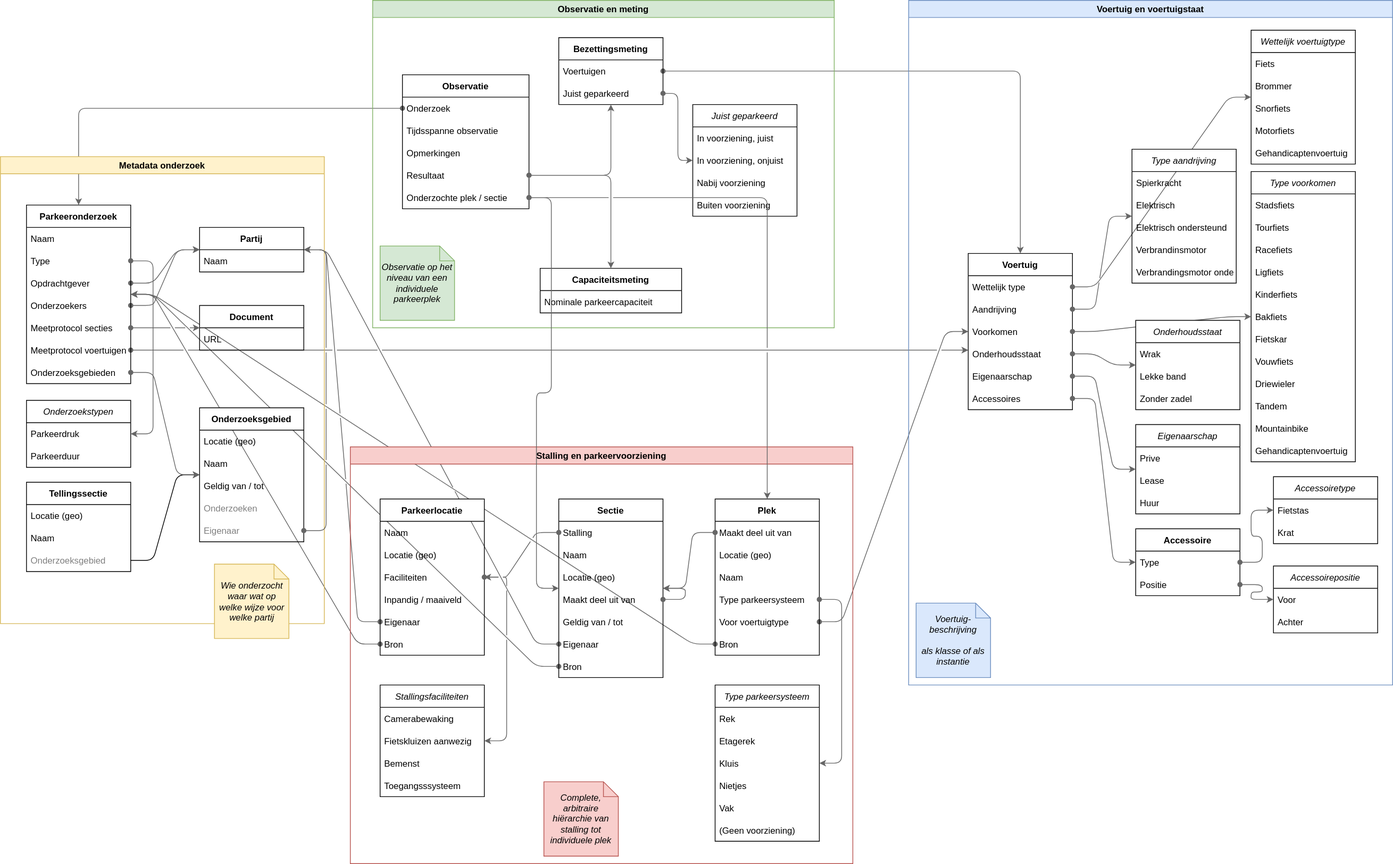
Above: docs/cm/assets/conceptueel-model.drawio.svg in Stichting-CROW/datastandaard-fietsparkeren (draw.io), before the change. Source tidied: cells renumbered, new cells last; positions are measured from the earlier drawing's top-left corner, leaving out a move shared by most shapes.
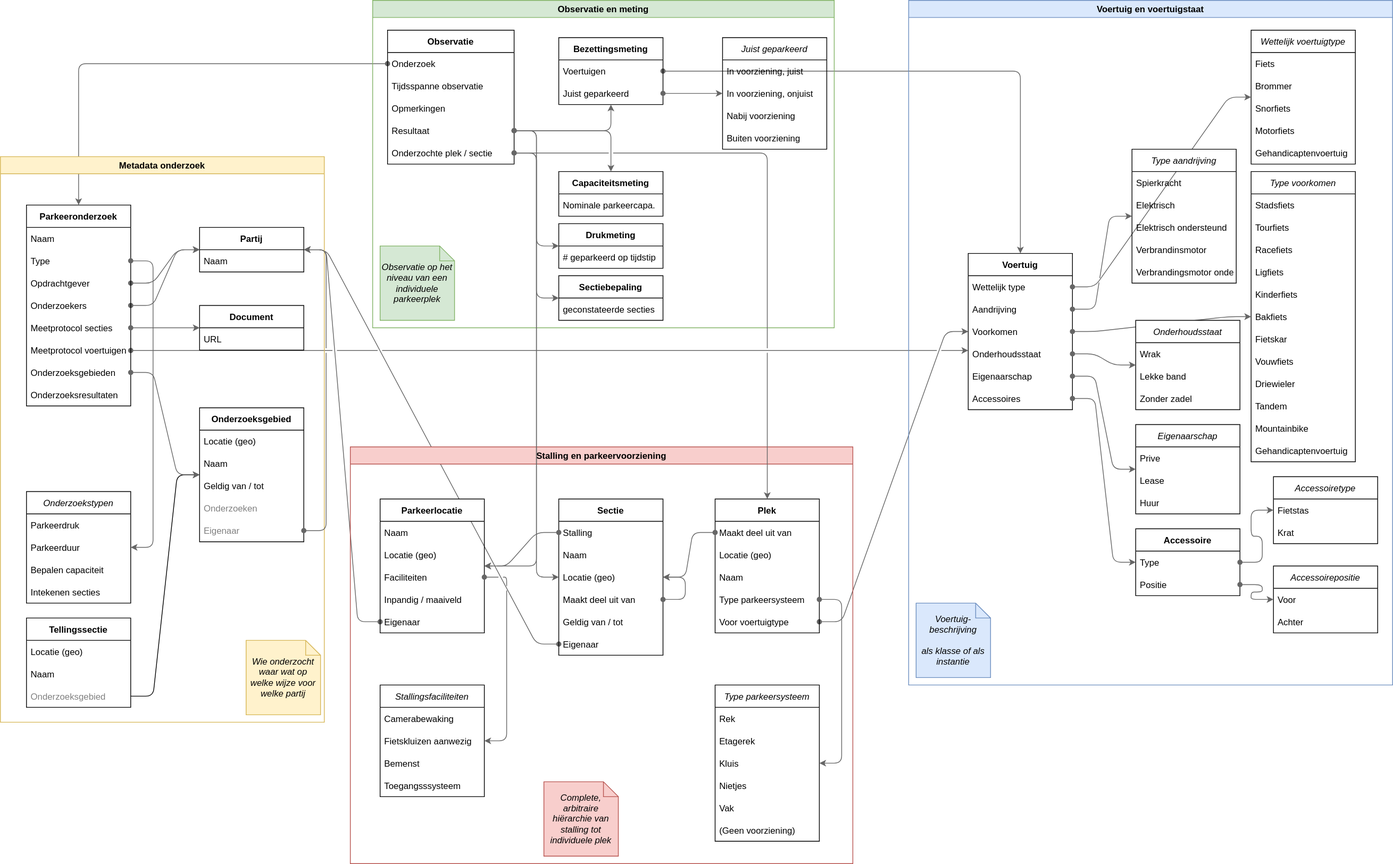
After the change.

Diff of the diagram source:
```diff
@@ -2,15 +2,6 @@
   <root>
     <mxCell id="0" />
     <mxCell id="1" parent="0" />
-    <mxCell id="2" style="edgeStyle=entityRelationEdgeStyle;html=1;strokeColor=#666666;fontColor=#000000;startArrow=oval;startFill=1;endFill=1;" parent="1" edge="1" source="27" target="129">
-      <mxGeometry relative="1" as="geometry" />
-    </mxCell>
-    <mxCell id="3" style="edgeStyle=entityRelationEdgeStyle;html=1;strokeColor=#666666;fontColor=#000000;startArrow=oval;startFill=1;endFill=1;" parent="1" edge="1" source="20" target="129">
-      <mxGeometry relative="1" as="geometry" />
-    </mxCell>
-    <mxCell id="4" style="edgeStyle=entityRelationEdgeStyle;html=1;strokeColor=#666666;fontColor=#000000;startArrow=oval;startFill=1;endFill=1;" parent="1" edge="1" source="41" target="129">
-      <mxGeometry relative="1" as="geometry" />
-    </mxCell>
     <mxCell id="5" style="edgeStyle=entityRelationEdgeStyle;rounded=1;html=1;fontColor=#808080;startArrow=oval;startFill=1;endArrow=classic;endFill=1;jumpStyle=gap;strokeColor=#666666;" parent="1" edge="1" source="26" target="125">
       <mxGeometry relative="1" as="geometry" />
     </mxCell>
@@ -33,7 +24,7 @@
       <mxGeometry x="470" y="600" width="675" height="560" as="geometry" />
     </mxCell>
     <mxCell id="12" value="Sectie" style="swimlane;fontStyle=1;horizontal=1;startSize=30;" parent="11" vertex="1">
-      <mxGeometry x="280" y="70" width="140" height="240" as="geometry" />
+      <mxGeometry x="280" y="70" width="140" height="210" as="geometry" />
     </mxCell>
     <mxCell id="13" value="Stalling" style="text;strokeColor=none;fillColor=none;align=left;verticalAlign=middle;spacingLeft=4;spacingRight=4;overflow=hidden;points=[[0,0.5],[1,0.5]];portConstraint=eastwest;" parent="12" vertex="1">
       <mxGeometry y="30" width="140" height="30" as="geometry" />
@@ -56,11 +47,8 @@
     <mxCell id="19" value="Eigenaar" style="text;strokeColor=none;fillColor=none;align=left;verticalAlign=middle;spacingLeft=4;spacingRight=4;overflow=hidden;points=[[0,0.5],[1,0.5]];portConstraint=eastwest;" parent="12" vertex="1">
       <mxGeometry y="180" width="140" height="30" as="geometry" />
     </mxCell>
-    <mxCell id="20" value="Bron" style="text;strokeColor=none;fillColor=none;align=left;verticalAlign=middle;spacingLeft=4;spacingRight=4;overflow=hidden;points=[[0,0.5],[1,0.5]];portConstraint=eastwest;" parent="12" vertex="1">
-      <mxGeometry y="210" width="140" height="30" as="geometry" />
-    </mxCell>
     <mxCell id="21" value="Parkeerlocatie" style="swimlane;fontStyle=1;horizontal=1;startSize=30;" parent="11" vertex="1">
-      <mxGeometry x="40" y="70" width="140" height="210" as="geometry" />
+      <mxGeometry x="40" y="70" width="140" height="180" as="geometry" />
     </mxCell>
     <mxCell id="22" value="Naam" style="text;strokeColor=none;fillColor=none;align=left;verticalAlign=middle;spacingLeft=4;spacingRight=4;overflow=hidden;" parent="21" vertex="1">
       <mxGeometry y="30" width="140" height="30" as="geometry" />
@@ -77,9 +65,6 @@
     <mxCell id="26" value="Eigenaar" style="text;strokeColor=none;fillColor=none;align=left;verticalAlign=middle;spacingLeft=4;spacingRight=4;overflow=hidden;points=[[0,0.5],[1,0.5]];portConstraint=eastwest;" parent="21" vertex="1">
       <mxGeometry y="150" width="140" height="30" as="geometry" />
     </mxCell>
-    <mxCell id="27" value="Bron" style="text;strokeColor=none;fillColor=none;align=left;verticalAlign=middle;spacingLeft=4;spacingRight=4;overflow=hidden;points=[[0,0.5],[1,0.5]];portConstraint=eastwest;" parent="21" vertex="1">
-      <mxGeometry y="180" width="140" height="30" as="geometry" />
-    </mxCell>
     <mxCell id="28" style="edgeStyle=entityRelationEdgeStyle;rounded=1;html=1;fontColor=#808080;startArrow=oval;startFill=1;endArrow=classic;endFill=1;jumpStyle=gap;strokeColor=#666666;" parent="11" edge="1" source="13" target="21">
       <mxGeometry relative="1" as="geometry" />
     </mxCell>
@@ -102,7 +87,7 @@
       <mxGeometry relative="1" as="geometry" />
     </mxCell>
     <mxCell id="35" value="Plek" style="swimlane;fontStyle=1;horizontal=1;startSize=30;" parent="11" vertex="1">
-      <mxGeometry x="490" y="70" width="140" height="210" as="geometry" />
+      <mxGeometry x="490" y="70" width="140" height="180" as="geometry" />
     </mxCell>
     <mxCell id="36" value="Maakt deel uit van" style="text;strokeColor=none;fillColor=none;align=left;verticalAlign=middle;spacingLeft=4;spacingRight=4;overflow=hidden;points=[[0,0.5],[1,0.5]];portConstraint=eastwest;" parent="35" vertex="1">
       <mxGeometry y="30" width="140" height="30" as="geometry" />
@@ -119,9 +104,6 @@
     <mxCell id="40" value="Voor voertuigtype" style="text;strokeColor=none;fillColor=none;align=left;verticalAlign=middle;spacingLeft=4;spacingRight=4;overflow=hidden;points=[[0,0.5],[1,0.5]];portConstraint=eastwest;" parent="35" vertex="1">
       <mxGeometry y="150" width="140" height="30" as="geometry" />
     </mxCell>
-    <mxCell id="41" value="Bron" style="text;strokeColor=none;fillColor=none;align=left;verticalAlign=middle;spacingLeft=4;spacingRight=4;overflow=hidden;points=[[0,0.5],[1,0.5]];portConstraint=eastwest;" parent="35" vertex="1">
-      <mxGeometry y="180" width="140" height="30" as="geometry" />
-    </mxCell>
     <mxCell id="42" style="edgeStyle=entityRelationEdgeStyle;rounded=1;html=1;fontColor=#000000;startArrow=oval;startFill=1;endArrow=classic;endFill=1;jumpStyle=gap;strokeColor=#666666;" parent="11" edge="1" source="36" target="12">
       <mxGeometry relative="1" as="geometry" />
     </mxCell>
@@ -309,10 +291,10 @@
       <mxGeometry x="500" width="620" height="440" as="geometry" />
     </mxCell>
     <mxCell id="104" value="Capaciteitsmeting" style="swimlane;fontStyle=1;horizontal=1;startSize=30;" parent="103" vertex="1">
-      <mxGeometry x="225" y="360" width="190" height="60" as="geometry" />
+      <mxGeometry x="250" y="230" width="140" height="60" as="geometry" />
     </mxCell>
-    <mxCell id="105" value="Nominale parkeercapaciteit" style="text;strokeColor=none;fillColor=none;align=left;verticalAlign=middle;spacingLeft=4;spacingRight=4;overflow=hidden;" parent="104" vertex="1">
-      <mxGeometry y="30" width="190" height="30" as="geometry" />
+    <mxCell id="105" value="Nominale parkeercapa." style="text;strokeColor=none;fillColor=none;align=left;verticalAlign=middle;spacingLeft=4;spacingRight=4;overflow=hidden;" parent="104" vertex="1">
+      <mxGeometry y="30" width="140" height="30" as="geometry" />
     </mxCell>
     <mxCell id="106" value="Bezettingsmeting" style="swimlane;fontStyle=1;horizontal=1;startSize=30;" parent="103" vertex="1">
       <mxGeometry x="250" y="50" width="140" height="90" as="geometry" />
@@ -324,7 +306,7 @@
       <mxGeometry y="60" width="140" height="30" as="geometry" />
     </mxCell>
     <mxCell id="109" value="Observatie" style="swimlane;fontStyle=1;horizontal=1;startSize=30;" parent="103" vertex="1">
-      <mxGeometry x="40" y="100" width="170" height="180" as="geometry" />
+      <mxGeometry x="20" y="40" width="170" height="180" as="geometry" />
     </mxCell>
     <mxCell id="110" value="Onderzoek" style="text;strokeColor=none;fillColor=none;align=left;verticalAlign=middle;spacingLeft=4;spacingRight=4;overflow=hidden;points=[[0,0.5],[1,0.5]];portConstraint=eastwest;" parent="109" vertex="1">
       <mxGeometry y="30" width="170" height="30" as="geometry" />
@@ -348,7 +330,7 @@
       <mxGeometry relative="1" as="geometry" />
     </mxCell>
     <mxCell id="117" value="Juist geparkeerd" style="swimlane;fontStyle=2;horizontal=1;startSize=30;" parent="103" vertex="1">
-      <mxGeometry x="430" y="140" width="140" height="150" as="geometry" />
+      <mxGeometry x="470" y="50" width="140" height="150" as="geometry" />
     </mxCell>
     <mxCell id="118" value="In voorziening, juist" style="text;strokeColor=none;fillColor=none;align=left;verticalAlign=middle;spacingLeft=4;spacingRight=4;overflow=hidden;" parent="117" vertex="1">
       <mxGeometry y="30" width="140" height="30" as="geometry" />
@@ -368,8 +350,26 @@
     <mxCell id="123" value="Observatie op het niveau van een individuele parkeerplek" style="shape=note;size=20;whiteSpace=wrap;html=1;fillColor=#d5e8d4;strokeColor=#82b366;fontStyle=2;" parent="103" vertex="1">
       <mxGeometry x="10" y="330" width="100" height="100" as="geometry" />
     </mxCell>
+    <mxCell id="168" value="Drukmeting" style="swimlane;fontStyle=1;horizontal=1;startSize=30;" parent="103" vertex="1">
+      <mxGeometry x="250" y="300" width="140" height="60" as="geometry" />
+    </mxCell>
+    <mxCell id="169" value="# geparkeerd op tijdstip" style="text;strokeColor=none;fillColor=none;align=left;verticalAlign=middle;spacingLeft=4;spacingRight=4;overflow=hidden;" parent="168" vertex="1">
+      <mxGeometry y="30" width="140" height="30" as="geometry" />
+    </mxCell>
+    <mxCell id="170" value="Sectiebepaling" style="swimlane;fontStyle=1;horizontal=1;startSize=30;" parent="103" vertex="1">
+      <mxGeometry x="250" y="370" width="140" height="60" as="geometry" />
+    </mxCell>
+    <mxCell id="171" value="geconstateerde secties" style="text;strokeColor=none;fillColor=none;align=left;verticalAlign=middle;spacingLeft=4;spacingRight=4;overflow=hidden;" parent="170" vertex="1">
+      <mxGeometry y="30" width="140" height="30" as="geometry" />
+    </mxCell>
+    <mxCell id="172" style="edgeStyle=entityRelationEdgeStyle;html=1;strokeColor=#666666;fontColor=#000000;startArrow=oval;startFill=1;endFill=1;" parent="103" edge="1" source="113" target="170">
+      <mxGeometry relative="1" as="geometry" />
+    </mxCell>
+    <mxCell id="173" style="edgeStyle=entityRelationEdgeStyle;html=1;strokeColor=#666666;fontColor=#000000;startArrow=oval;startFill=1;endFill=1;" parent="103" edge="1" source="113" target="168">
+      <mxGeometry relative="1" as="geometry" />
+    </mxCell>
     <mxCell id="124" value="Metadata onderzoek" style="swimlane;fillColor=#fff2cc;strokeColor=#d6b656;" parent="1" vertex="1">
-      <mxGeometry y="210" width="435" height="627.5" as="geometry" />
+      <mxGeometry y="210" width="435" height="760" as="geometry" />
     </mxCell>
     <mxCell id="125" value="Partij" style="swimlane;fontStyle=1;horizontal=1;startSize=30;" parent="124" vertex="1">
       <mxGeometry x="267.5" y="95" width="140" height="60" as="geometry" />
@@ -384,7 +384,7 @@
       <mxGeometry relative="1" as="geometry" />
     </mxCell>
     <mxCell id="129" value="Parkeeronderzoek" style="swimlane;fontStyle=1;horizontal=1;startSize=30;" parent="124" vertex="1">
-      <mxGeometry x="35" y="65" width="140" height="240" as="geometry" />
+      <mxGeometry x="35" y="65" width="140" height="270" as="geometry" />
     </mxCell>
     <mxCell id="130" value="Naam" style="text;strokeColor=none;fillColor=none;align=left;verticalAlign=middle;spacingLeft=4;spacingRight=4;overflow=hidden;" parent="129" vertex="1">
       <mxGeometry y="30" width="140" height="30" as="geometry" />
@@ -407,6 +407,9 @@
     <mxCell id="136" value="Onderzoeksgebieden" style="text;strokeColor=none;fillColor=none;align=left;verticalAlign=middle;spacingLeft=4;spacingRight=4;overflow=hidden;points=[[0,0.5],[1,0.5]];portConstraint=eastwest;" parent="129" vertex="1">
       <mxGeometry y="210" width="140" height="30" as="geometry" />
     </mxCell>
+    <mxCell id="174" value="Onderzoeksresultaten" style="text;strokeColor=none;fillColor=none;align=left;verticalAlign=middle;spacingLeft=4;spacingRight=4;overflow=hidden;" parent="129" vertex="1">
+      <mxGeometry y="240" width="140" height="30" as="geometry" />
+    </mxCell>
     <mxCell id="137" value="Onderzoeksgebied" style="swimlane;fontStyle=1;horizontal=1;startSize=30;" parent="124" vertex="1">
       <mxGeometry x="267.5" y="337.5" width="140" height="180" as="geometry" />
     </mxCell>
@@ -438,10 +441,10 @@
       <mxGeometry relative="1" as="geometry" />
     </mxCell>
     <mxCell id="147" value="Wie onderzocht waar wat op welke wijze voor welke partij" style="shape=note;size=20;whiteSpace=wrap;html=1;fillColor=#fff2cc;strokeColor=#d6b656;fontStyle=2;" parent="124" vertex="1">
-      <mxGeometry x="287.5" y="547.5" width="100" height="100" as="geometry" />
+      <mxGeometry x="330" y="650" width="100" height="100" as="geometry" />
     </mxCell>
     <mxCell id="148" value="Onderzoekstypen" style="swimlane;fontStyle=2;horizontal=1;startSize=30;" parent="124" vertex="1">
-      <mxGeometry x="35" y="327.5" width="140" height="90" as="geometry" />
+      <mxGeometry x="35" y="450" width="140" height="150" as="geometry" />
     </mxCell>
     <mxCell id="149" value="Parkeerdruk" style="text;strokeColor=none;fillColor=none;align=left;verticalAlign=middle;spacingLeft=4;spacingRight=4;overflow=hidden;" parent="148" vertex="1">
       <mxGeometry y="30" width="140" height="30" as="geometry" />
@@ -449,11 +452,17 @@
     <mxCell id="150" value="Parkeerduur" style="text;strokeColor=none;fillColor=none;align=left;verticalAlign=middle;spacingLeft=4;spacingRight=4;overflow=hidden;" parent="148" vertex="1">
       <mxGeometry y="60" width="140" height="30" as="geometry" />
     </mxCell>
+    <mxCell id="175" value="Bepalen capaciteit" style="text;strokeColor=none;fillColor=none;align=left;verticalAlign=middle;spacingLeft=4;spacingRight=4;overflow=hidden;" parent="148" vertex="1">
+      <mxGeometry y="90" width="140" height="30" as="geometry" />
+    </mxCell>
+    <mxCell id="176" value="Intekenen secties" style="text;strokeColor=none;fillColor=none;align=left;verticalAlign=middle;spacingLeft=4;spacingRight=4;overflow=hidden;" parent="148" vertex="1">
+      <mxGeometry y="120" width="140" height="30" as="geometry" />
+    </mxCell>
     <mxCell id="151" style="edgeStyle=entityRelationEdgeStyle;html=1;strokeColor=#666666;fontColor=#808080;startArrow=oval;startFill=1;endFill=1;" parent="124" edge="1" source="131" target="148">
       <mxGeometry relative="1" as="geometry" />
     </mxCell>
     <mxCell id="152" value="Tellingssectie" style="swimlane;fontStyle=1;horizontal=1;startSize=30;" parent="124" vertex="1">
-      <mxGeometry x="35" y="437.5" width="140" height="120" as="geometry" />
+      <mxGeometry x="35" y="620" width="140" height="120" as="geometry" />
     </mxCell>
     <mxCell id="153" value="Locatie (geo)" style="text;strokeColor=none;fillColor=none;align=left;verticalAlign=middle;spacingLeft=4;spacingRight=4;overflow=hidden;" parent="152" vertex="1">
       <mxGeometry y="30" width="140" height="30" as="geometry" />
@@ -500,5 +509,8 @@
     <mxCell id="167" style="edgeStyle=entityRelationEdgeStyle;html=1;strokeColor=#666666;fontColor=#000000;startArrow=oval;startFill=1;endFill=1;" parent="1" edge="1" source="114" target="12">
       <mxGeometry relative="1" as="geometry" />
     </mxCell>
+    <mxCell id="177" style="edgeStyle=entityRelationEdgeStyle;html=1;strokeColor=#666666;fontColor=#000000;startArrow=oval;startFill=1;endFill=1;" parent="1" edge="1" source="114" target="21">
+      <mxGeometry relative="1" as="geometry" />
+    </mxCell>
   </root>
 </mxGraphModel>
```
